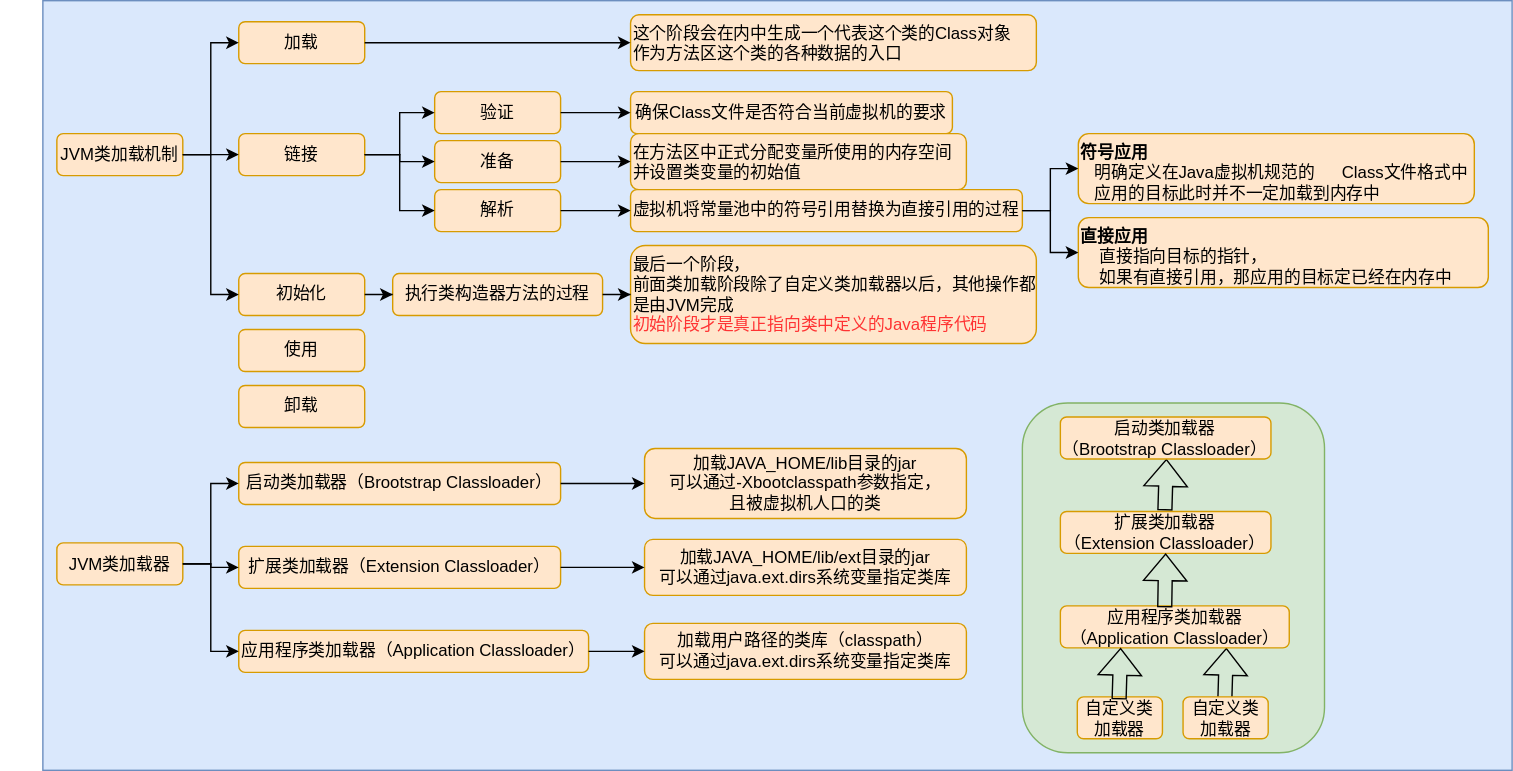
This is java/JVM 类加载机制.svg from lore-study/java-picture-bed, a draw.io export, as it was before one commit. Source tidied: cells renumbered, new cells last; positions are measured from the earlier drawing's top-left corner, leaving out a move shared by most shapes.
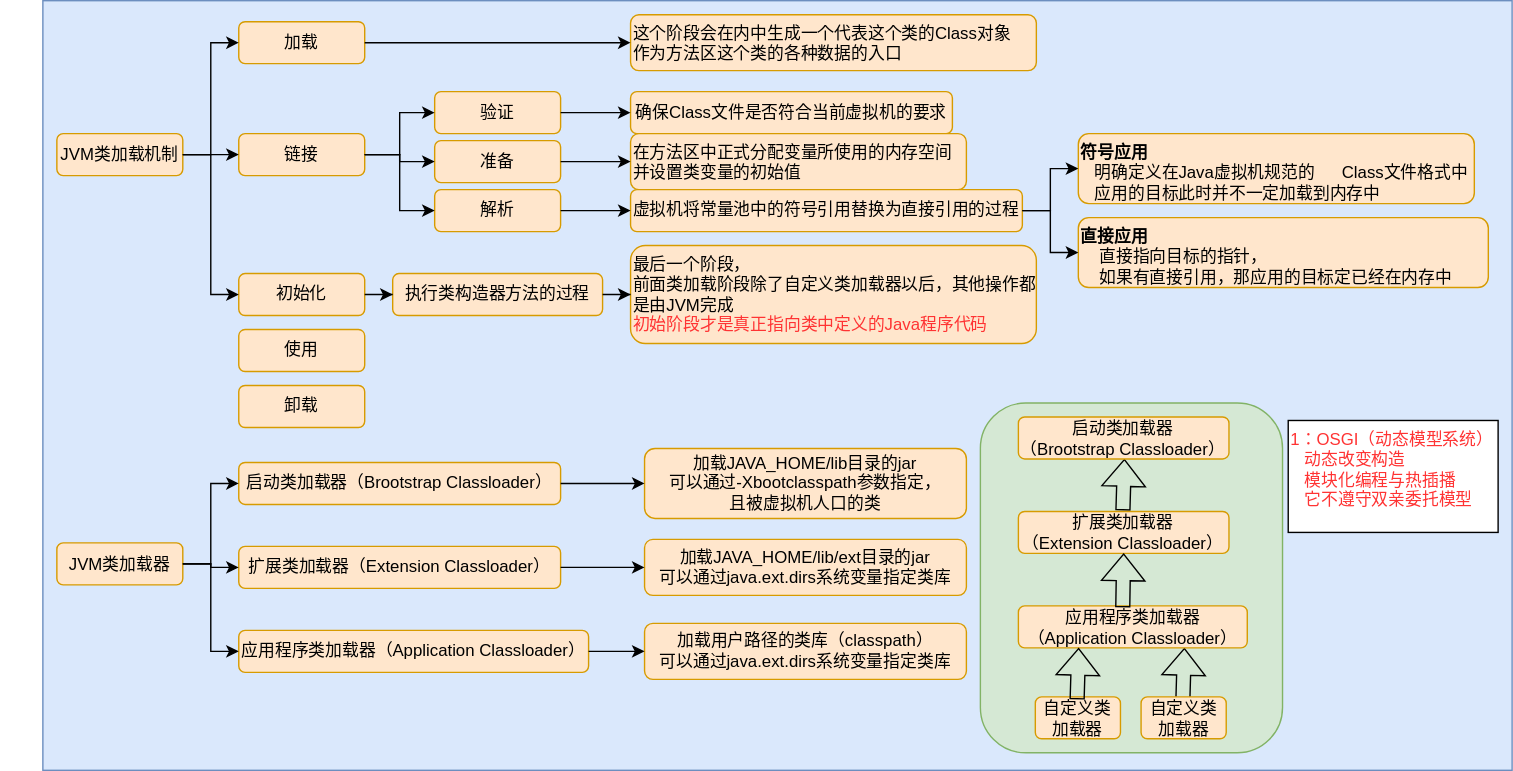
The same file after the commit.

Commit message:
更新JVM 类加载机制.svg

Diff of the diagram source:
```diff
@@ -48,7 +48,7 @@
       <mxGeometry relative="1" as="geometry" />
     </mxCell>
     <mxCell id="17" style="group;" parent="1" vertex="1">
-      <mxGeometry x="730" y="267.5" width="230" height="270" as="geometry" />
+      <mxGeometry x="700" y="267.5" width="230" height="270" as="geometry" />
     </mxCell>
     <mxCell id="18" style="rounded=1;whiteSpace=wrap;html=1;fillColor=#d5e8d4;strokeColor=#82b366;" parent="17" vertex="1">
       <mxGeometry y="20" width="215.9" height="250" as="geometry" />
@@ -191,5 +191,8 @@
     <mxCell id="61" style="edgeStyle=orthogonalEdgeStyle;rounded=0;jettySize=auto;html=1;exitX=1;exitY=0.5;exitDx=0;exitDy=0;" parent="30" edge="1" source="47" target="46">
       <mxGeometry relative="1" as="geometry" />
     </mxCell>
+    <mxCell id="62" value="&lt;span&gt;1：OSGI（动态模型系统）&lt;br&gt;&amp;nbsp; &amp;nbsp;动态改变构造&lt;br&gt;&amp;nbsp; &amp;nbsp;模块化编程与热插播&lt;br&gt;&amp;nbsp; &amp;nbsp;它不遵守双亲委托模型&lt;br&gt;&lt;/span&gt;" style="rounded=0;whiteSpace=wrap;html=1;fontColor=#FF3333;align=left;verticalAlign=top;" parent="1" vertex="1">
+      <mxGeometry x="920" y="300" width="150" height="80" as="geometry" />
+    </mxCell>
   </root>
 </mxGraphModel>
```
